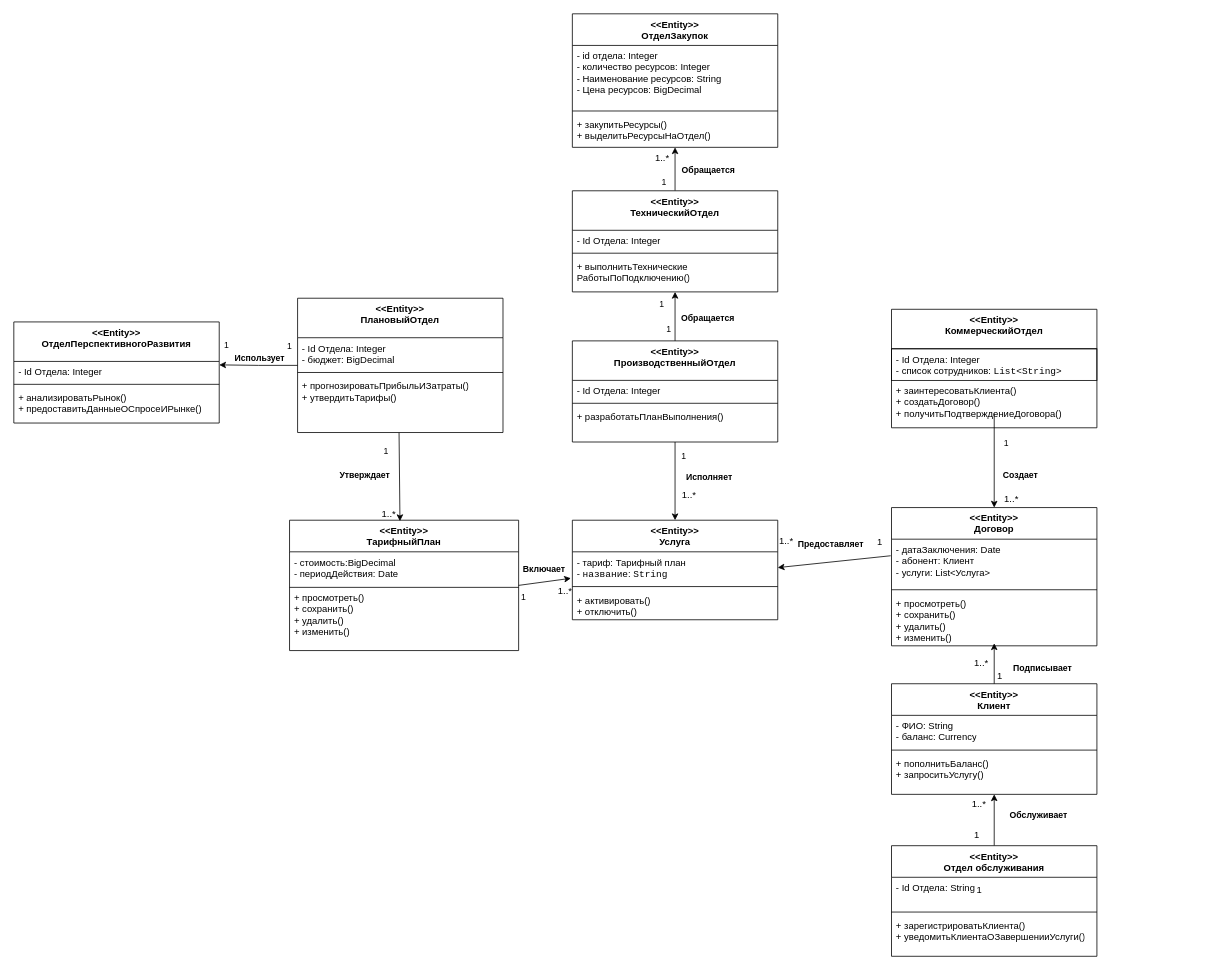
Above: tpiws3.drawio in Alexander-Bankov/draw (draw.io), before the change. Source tidied: cells renumbered, new cells numbered last; positions are measured from the earlier drawing's top-left corner, leaving out a move shared by most shapes. Both pictures are drawn from the tidied source at 79%, with x=0, y=0 at pixel (13, 13).
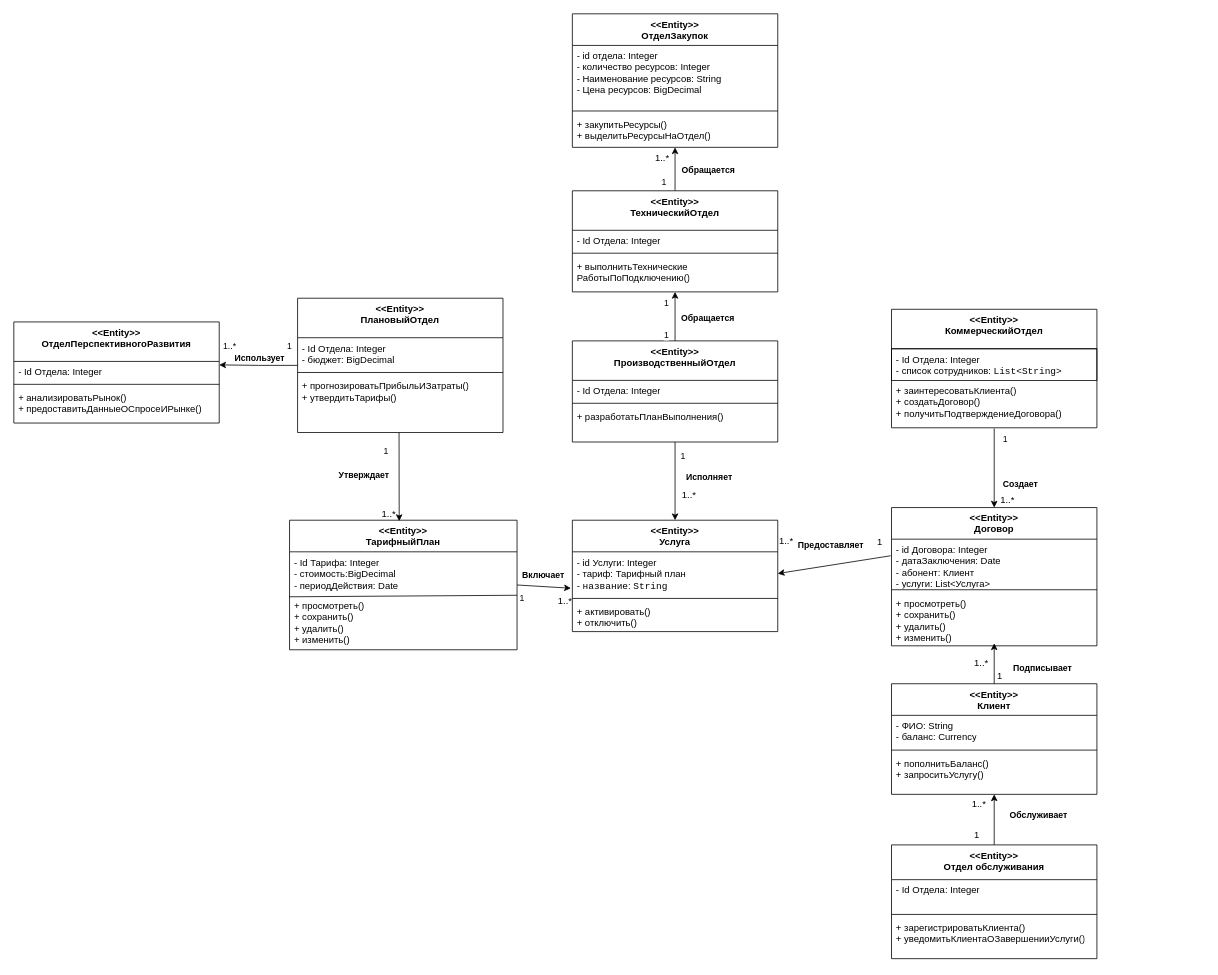
Above is the later version.

Unchanged cells that the change refers to:
```xml
<mxCell id="13" value="+ заинтересоватьКлиента()&lt;div&gt;+&amp;nbsp;&lt;span style=&quot;background-color: initial;&quot;&gt;создатьДоговор()&lt;/span&gt;&lt;br&gt;&lt;/div&gt;&lt;div&gt;+ получитьПодтверждениеДоговора()&lt;br&gt;&lt;/div&gt;" style="text;strokeColor=none;fillColor=none;align=left;verticalAlign=top;spacingLeft=4;spacingRight=4;overflow=hidden;points=[[0,0.5],[1,0.5]];portConstraint=eastwest;whiteSpace=wrap;html=1;" parent="11" vertex="1">
  <mxGeometry y="90" width="260" height="60" as="geometry" />
</mxCell>
<mxCell id="18" value="&lt;div&gt;&amp;lt;&amp;lt;Entity&amp;gt;&amp;gt;&lt;/div&gt;&lt;div&gt;&lt;span style=&quot;background-color: transparent; color: light-dark(rgb(0, 0, 0), rgb(255, 255, 255));&quot;&gt;Договор&lt;/span&gt;&lt;/div&gt;" style="swimlane;fontStyle=1;align=center;verticalAlign=top;horizontal=1;startSize=40;whiteSpace=wrap;html=1;" parent="1" vertex="1">
  <mxGeometry x="1111" y="625" width="260" height="175" as="geometry" />
</mxCell>
<mxCell id="33" style="endArrow=none;html=1;rounded=0;align=center;verticalAlign=top;endFill=0;labelBackgroundColor=none;entryX=0.5;entryY=0;entryDx=0;entryDy=0;startArrow=classic;startFill=1;fontSize=17;exitX=0.5;exitY=0.952;exitDx=0;exitDy=0;exitPerimeter=0;" parent="1" edge="1" source="21" target="14">
  <mxGeometry relative="1" as="geometry" />
</mxCell>
```

The edit, as a diff of the source:
```diff
@@
-    <mxCell id="19" value="&lt;div&gt;- датаЗаключения: Date&lt;/div&gt;&lt;div&gt;- абонент: Клиент&lt;br&gt;&lt;/div&gt;&lt;div&gt;- услуги: List&amp;lt;Услуга&amp;gt;&lt;/div&gt;" style="text;strokeColor=none;fillColor=none;align=left;verticalAlign=top;spacingLeft=4;spacingRight=4;overflow=hidden;points=[[0,0.5],[1,0.5]];portConstraint=eastwest;whiteSpace=wrap;html=1;" parent="18" vertex="1">
+    <mxCell id="19" value="&lt;div&gt;&lt;div&gt;- id Договора: Integer&lt;/div&gt;&lt;/div&gt;&lt;div&gt;- датаЗаключения: Date&lt;/div&gt;&lt;div&gt;- абонент: Клиент&lt;br&gt;&lt;/div&gt;&lt;div&gt;- услуги: List&amp;lt;Услуга&amp;gt;&lt;/div&gt;" style="text;strokeColor=none;fillColor=none;align=left;verticalAlign=top;spacingLeft=4;spacingRight=4;overflow=hidden;points=[[0,0.5],[1,0.5]];portConstraint=eastwest;whiteSpace=wrap;html=1;" parent="18" vertex="1">
       <mxGeometry y="40" width="260" height="60" as="geometry" />
     </mxCell>
@@
     <mxCell id="22" value="&lt;div&gt;&amp;lt;&amp;lt;Entity&amp;gt;&amp;gt;&lt;/div&gt;&lt;div&gt;&lt;span style=&quot;background-color: transparent; color: light-dark(rgb(0, 0, 0), rgb(255, 255, 255));&quot;&gt;Услуга&lt;/span&gt;&lt;/div&gt;" style="swimlane;fontStyle=1;align=center;verticalAlign=top;horizontal=1;startSize=40;whiteSpace=wrap;html=1;" parent="1" vertex="1">
-      <mxGeometry x="707" y="641" width="260" height="126" as="geometry" />
+      <mxGeometry x="707" y="641" width="260" height="141" as="geometry" />
     </mxCell>
-    <mxCell id="23" value="- тариф: Тарифный план&lt;div&gt;&lt;font face=&quot;Helvetica&quot;&gt;-&amp;nbsp;&lt;code&gt;название&lt;/code&gt;: &lt;code&gt;String&lt;/code&gt;&lt;/font&gt;&lt;/div&gt;" style="text;strokeColor=none;fillColor=none;align=left;verticalAlign=top;spacingLeft=4;spacingRight=4;overflow=hidden;points=[[0,0.5],[1,0.5]];portConstraint=eastwest;whiteSpace=wrap;html=1;" parent="22" vertex="1">
-      <mxGeometry y="40" width="260" height="40" as="geometry" />
+    <mxCell id="23" value="&lt;div&gt;- id Услуги: Integer&lt;/div&gt;- тариф: Тарифный план&lt;div&gt;&lt;font face=&quot;Helvetica&quot;&gt;-&amp;nbsp;&lt;code&gt;название&lt;/code&gt;: &lt;code&gt;String&lt;/code&gt;&lt;/font&gt;&lt;/div&gt;" style="text;strokeColor=none;fillColor=none;align=left;verticalAlign=top;spacingLeft=4;spacingRight=4;overflow=hidden;points=[[0,0.5],[1,0.5]];portConstraint=eastwest;whiteSpace=wrap;html=1;" parent="22" vertex="1">
+      <mxGeometry y="40" width="260" height="55" as="geometry" />
     </mxCell>
     <mxCell id="24" style="line;strokeWidth=1;fillColor=none;align=left;verticalAlign=middle;spacingTop=-1;spacingLeft=3;spacingRight=3;labelPosition=right;strokeColor=inherit;" parent="22" vertex="1">
-      <mxGeometry y="80" width="260" height="8" as="geometry" />
+      <mxGeometry y="95" width="260" height="8" as="geometry" />
     </mxCell>
     <mxCell id="25" value="+ активировать()&lt;div&gt;+ отключить()&lt;/div&gt;&lt;div&gt;&lt;br&gt;&lt;/div&gt;" style="text;strokeColor=none;fillColor=none;align=left;verticalAlign=top;spacingLeft=4;spacingRight=4;overflow=hidden;whiteSpace=wrap;html=1;" parent="22" vertex="1">
-      <mxGeometry y="88" width="260" height="38" as="geometry" />
+      <mxGeometry y="103" width="260" height="38" as="geometry" />
     </mxCell>
@@
     <mxCell id="29" value="&lt;div&gt;&amp;lt;&amp;lt;Entity&amp;gt;&amp;gt;&lt;/div&gt;&lt;div&gt;&lt;span style=&quot;background-color: transparent; color: light-dark(rgb(0, 0, 0), rgb(255, 255, 255));&quot;&gt;ТарифныйПлан&lt;/span&gt;&lt;/div&gt;" style="swimlane;fontStyle=1;align=center;verticalAlign=top;horizontal=1;startSize=40;whiteSpace=wrap;html=1;" parent="1" vertex="1">
-      <mxGeometry x="349" y="641" width="290" height="165" as="geometry" />
+      <mxGeometry x="349" y="641" width="288" height="164" as="geometry" />
     </mxCell>
-    <mxCell id="30" value="&lt;div&gt;&lt;span style=&quot;background-color: initial;&quot;&gt;- стоимость:BigDecimal&lt;/span&gt;&lt;br&gt;&lt;/div&gt;&lt;div&gt;- периодДействия: Date&lt;br&gt;&lt;/div&gt;" style="text;strokeColor=none;fillColor=none;align=left;verticalAlign=top;spacingLeft=4;spacingRight=4;overflow=hidden;points=[[0,0.5],[1,0.5]];portConstraint=eastwest;whiteSpace=wrap;html=1;" parent="29" vertex="1">
-      <mxGeometry y="40" width="290" height="45" as="geometry" />
+    <mxCell id="30" value="&lt;div&gt;&lt;div&gt;- Id Тарифа: Integer&lt;/div&gt;&lt;/div&gt;&lt;div&gt;&lt;span style=&quot;background-color: initial;&quot;&gt;- стоимость:BigDecimal&lt;/span&gt;&lt;/div&gt;&lt;div&gt;- периодДействия: Date&lt;/div&gt;" style="text;strokeColor=none;fillColor=none;align=left;verticalAlign=top;spacingLeft=4;spacingRight=4;overflow=hidden;points=[[0,0.5],[1,0.5]];portConstraint=eastwest;whiteSpace=wrap;html=1;" parent="29" vertex="1">
+      <mxGeometry y="40" width="288" height="55" as="geometry" />
     </mxCell>
-    <mxCell id="31" style="endArrow=none;html=1;rounded=0;entryX=1;entryY=1;entryDx=0;entryDy=0;entryPerimeter=0;" parent="29" edge="1" target="30">
-      <mxGeometry relative="1" as="geometry">
-        <mxPoint y="85" as="sourcePoint" />
-      </mxGeometry>
+    <mxCell id="31" style="endArrow=none;html=1;rounded=0;entryX=1;entryY=1;entryDx=0;entryDy=0;entryPerimeter=0;exitX=-0.002;exitY=0.028;exitDx=0;exitDy=0;exitPerimeter=0;" parent="29" edge="1" source="32" target="30">
+      <mxGeometry relative="1" as="geometry" />
     </mxCell>
     <mxCell id="32" value="+ просмотреть()&lt;div&gt;+ сохранить()&lt;/div&gt;&lt;div&gt;+ удалить()&lt;/div&gt;&lt;div&gt;+ изменить()&lt;/div&gt;" style="text;strokeColor=none;fillColor=none;align=left;verticalAlign=top;spacingLeft=4;spacingRight=4;overflow=hidden;points=[[0,0.5],[1,0.5]];portConstraint=eastwest;whiteSpace=wrap;html=1;" parent="29" vertex="1">
-      <mxGeometry y="85" width="290" height="80" as="geometry" />
+      <mxGeometry y="95" width="288" height="69" as="geometry" />
     </mxCell>
@@
-    <mxCell id="34" value="1" style="html=1;align=left;verticalAlign=top;labelBackgroundColor=none;" parent="33" vertex="1">
-      <mxGeometry x="-1" relative="1" as="geometry">
-        <mxPoint x="-24" y="298" as="offset" />
-      </mxGeometry>
-    </mxCell>
@@
-    <mxCell id="37" style="endArrow=classic;html=1;rounded=0;align=center;verticalAlign=top;endFill=1;labelBackgroundColor=none;entryX=0.5;entryY=0;entryDx=0;entryDy=0;strokeColor=default;" parent="1" edge="1" target="18">
-      <mxGeometry relative="1" as="geometry">
-        <mxPoint x="1241" y="506" as="sourcePoint" />
-      </mxGeometry>
+    <mxCell id="37" style="endArrow=classic;html=1;rounded=0;align=center;verticalAlign=top;endFill=1;labelBackgroundColor=none;entryX=0.5;entryY=0;entryDx=0;entryDy=0;strokeColor=default;exitX=0.5;exitY=1.016;exitDx=0;exitDy=0;exitPerimeter=0;" parent="1" edge="1" source="13" target="18">
+      <mxGeometry relative="1" as="geometry" />
     </mxCell>
     <mxCell id="38" value="1..*" style="html=1;align=left;verticalAlign=top;labelBackgroundColor=none;" parent="37" vertex="1">
       <mxGeometry x="-1" relative="1" as="geometry">
-        <mxPoint x="11" y="94" as="offset" />
+        <mxPoint x="6" y="77" as="offset" />
       </mxGeometry>
     </mxCell>
@@
     <mxCell id="40" value="1" style="edgeLabel;html=1;align=center;verticalAlign=middle;" parent="37" vertex="1">
       <mxGeometry x="0.6" y="1" relative="1" as="geometry">
-        <mxPoint x="13" y="-59" as="offset" />
+        <mxPoint x="12" y="-67" as="offset" />
       </mxGeometry>
     </mxCell>
@@
-    <mxCell id="58" value="&lt;div&gt;&amp;lt;&amp;lt;Entity&amp;gt;&amp;gt;&lt;/div&gt;Отдел обслуживания" style="swimlane;fontStyle=1;align=center;verticalAlign=top;horizontal=1;startSize=40;whiteSpace=wrap;html=1;" parent="1" vertex="1">
-      <mxGeometry x="1111" y="1053" width="260" height="140" as="geometry" />
+    <mxCell id="58" value="&lt;div&gt;&amp;lt;&amp;lt;Entity&amp;gt;&amp;gt;&lt;/div&gt;Отдел обслуживания" style="swimlane;fontStyle=1;align=center;verticalAlign=top;horizontal=1;startSize=44;whiteSpace=wrap;html=1;" parent="1" vertex="1">
+      <mxGeometry x="1111" y="1052" width="260" height="144" as="geometry" />
     </mxCell>
-    <mxCell id="59" value="&lt;div&gt;- Id Отдела: String&lt;/div&gt;" style="text;strokeColor=none;fillColor=none;align=left;verticalAlign=top;spacingLeft=4;spacingRight=4;overflow=hidden;whiteSpace=wrap;html=1;" parent="58" vertex="1">
-      <mxGeometry y="40" width="260" height="40" as="geometry" />
+    <mxCell id="59" value="&lt;div&gt;- Id Отдела: Integer&lt;/div&gt;" style="text;strokeColor=none;fillColor=none;align=left;verticalAlign=top;spacingLeft=4;spacingRight=4;overflow=hidden;whiteSpace=wrap;html=1;" parent="58" vertex="1">
+      <mxGeometry y="44" width="260" height="40" as="geometry" />
     </mxCell>
     <mxCell id="60" style="line;strokeWidth=1;fillColor=none;align=left;verticalAlign=middle;spacingTop=-1;spacingLeft=3;spacingRight=3;labelPosition=right;strokeColor=inherit;" parent="58" vertex="1">
-      <mxGeometry y="80" width="260" height="8" as="geometry" />
+      <mxGeometry y="84" width="260" height="8" as="geometry" />
     </mxCell>
     <mxCell id="61" value="+ зарегистрироватьКлиента()&lt;div&gt;+&amp;nbsp;&lt;span style=&quot;background-color: initial;&quot;&gt;уведомитьКлиентаОЗавершенииУслуги()&lt;/span&gt;&lt;/div&gt;" style="text;strokeColor=none;fillColor=none;align=left;verticalAlign=top;spacingLeft=4;spacingRight=4;overflow=hidden;whiteSpace=wrap;html=1;" parent="58" vertex="1">
-      <mxGeometry y="88" width="260" height="52" as="geometry" />
+      <mxGeometry y="92" width="260" height="52" as="geometry" />
     </mxCell>
@@
-    <mxCell id="82" value="1" style="edgeLabel;html=1;align=center;verticalAlign=middle;" parent="1" vertex="1">
-      <mxGeometry x="448" y="606" as="geometry">
+    <mxCell id="82" value="1..*" style="edgeLabel;html=1;align=center;verticalAlign=middle;" parent="1" vertex="1">
+      <mxGeometry x="452" y="608" as="geometry">
         <mxPoint x="-180" y="-188" as="offset" />
       </mxGeometry>
     </mxCell>
@@
     <mxCell id="91" value="1" style="edgeLabel;html=1;align=center;verticalAlign=middle;" parent="1" vertex="1">
-      <mxGeometry x="810" y="399" as="geometry">
+      <mxGeometry x="807" y="407" as="geometry">
         <mxPoint x="18" y="-1" as="offset" />
       </mxGeometry>
     </mxCell>
     <mxCell id="92" value="1" style="edgeLabel;html=1;align=center;verticalAlign=middle;" parent="1" vertex="1">
-      <mxGeometry x="867.5" y="578" as="geometry">
+      <mxGeometry x="873" y="576" as="geometry">
         <mxPoint x="-48" y="-211" as="offset" />
       </mxGeometry>
     </mxCell>
```
